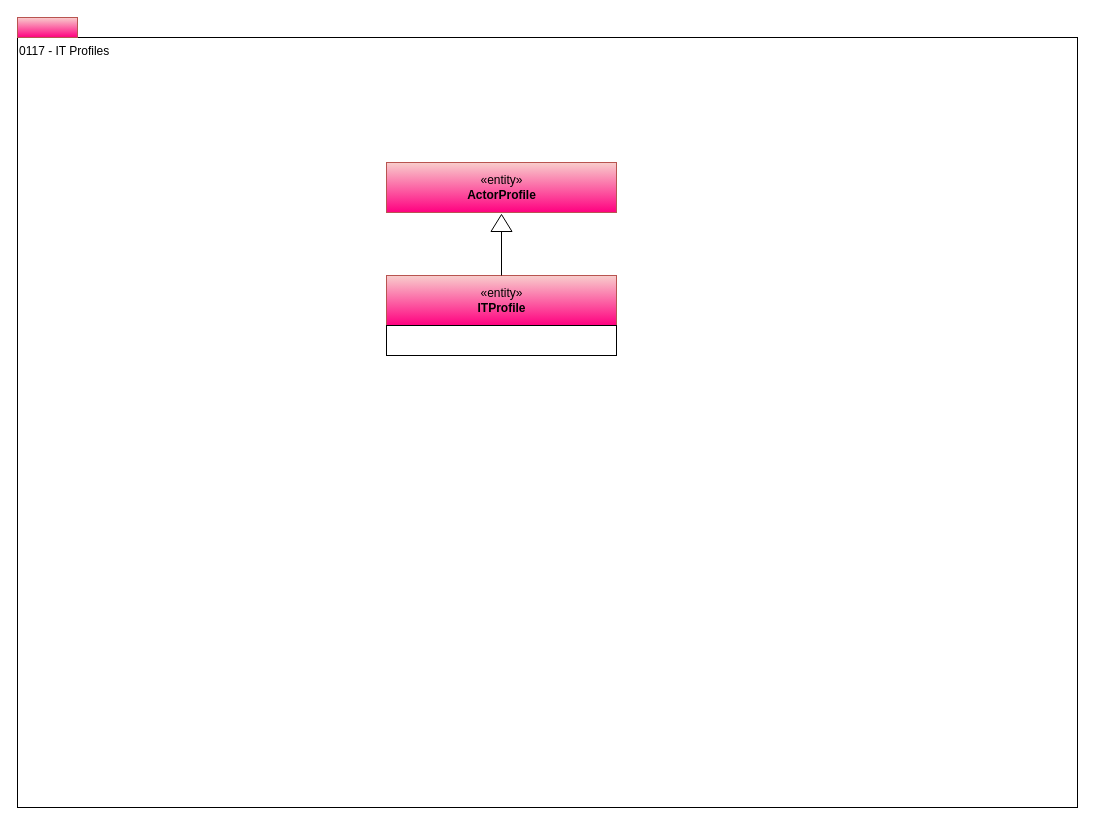
Earlier version of the draw.io diagram page "0117-IT-Profiles" (5 of 12) of site/docs/types/1/area-1-collaboration.drawio (odpi/egeria-docs). Source tidied: cells renumbered, new cells numbered last; positions are measured from the earlier drawing's top-left corner, leaving out a move shared by most shapes. Both pictures are drawn from the tidied source at 100%, with x=0, y=0 at pixel (17, 17).
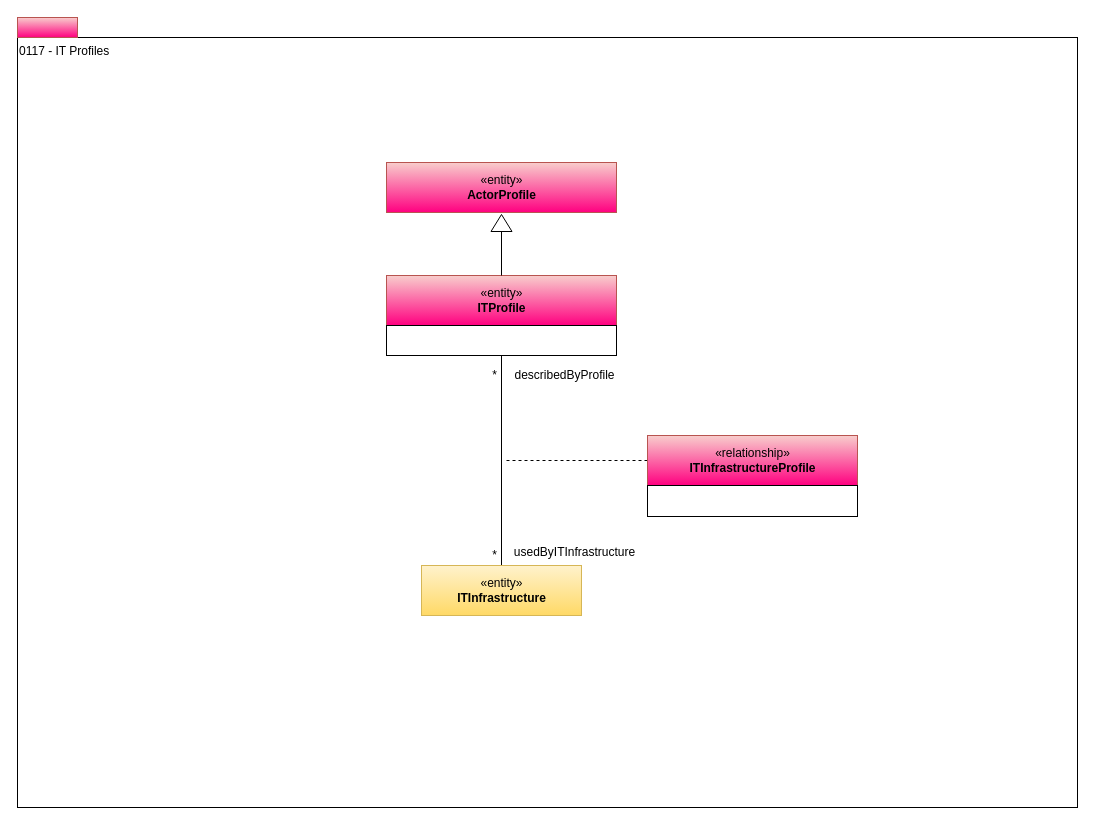
After the change.

The edit, as a diff of the source:
```diff
@@
 <mxGraphModel>
   <root>
     <mxCell id="0" />
     <mxCell id="1" parent="0" />
     <mxCell id="2" value="0117 - IT Profiles" style="rounded=0;whiteSpace=wrap;html=1;align=left;verticalAlign=top;" parent="1" vertex="1">
       <mxGeometry y="20" width="1060" height="770" as="geometry" />
     </mxCell>
     <mxCell id="3" value="«entity»&lt;br&gt;&lt;b&gt;ITProfile&lt;/b&gt;" style="html=1;strokeColor=#b85450;align=center;fillColor=#f8cecc;gradientColor=#FF0080;" parent="1" vertex="1">
       <mxGeometry x="369" y="258" width="230" height="50" as="geometry" />
     </mxCell>
     <mxCell id="4" style="html=1;strokeColor=#b85450;align=center;fillColor=#f8cecc;gradientColor=#FF0080;" parent="1" vertex="1">
       <mxGeometry width="60" height="20" as="geometry" />
     </mxCell>
     <mxCell id="5" style="rounded=0;whiteSpace=wrap;html=1;align=left;" parent="1" vertex="1">
       <mxGeometry x="369" y="308" width="230" height="30" as="geometry" />
     </mxCell>
     <mxCell id="6" style="edgeStyle=orthogonalEdgeStyle;rounded=0;html=1;exitX=0;exitY=0.5;entryX=0.5;entryY=0;jettySize=auto;endArrow=none;endFill=0;" parent="1" edge="1" source="7" target="3">
       <mxGeometry relative="1" as="geometry" />
     </mxCell>
     <mxCell id="7" style="triangle;whiteSpace=wrap;html=1;strokeColor=#000000;gradientColor=#ffffff;align=center;rotation=-90;" parent="1" vertex="1">
       <mxGeometry x="475.5" y="195" width="17" height="21" as="geometry" />
     </mxCell>
     <mxCell id="8" value="«entity»&lt;br&gt;&lt;b&gt;ActorProfile&lt;/b&gt;" style="html=1;strokeColor=#b85450;align=center;fillColor=#f8cecc;gradientColor=#FF0080;" parent="1" vertex="1">
       <mxGeometry x="369" y="145" width="230" height="50" as="geometry" />
     </mxCell>
+    <mxCell id="9" style="edgeStyle=orthogonalEdgeStyle;rounded=0;html=1;endArrow=none;endFill=0;jettySize=auto;entryX=0.5;entryY=0;entryDx=0;entryDy=0;" parent="1" edge="1" source="5" target="17">
+      <mxGeometry relative="1" as="geometry" />
+    </mxCell>
+    <mxCell id="10" value="*" style="text;html=1;align=center;verticalAlign=top;spacingTop=-4;" parent="1" vertex="1">
+      <mxGeometry x="467" y="348" width="20" height="20" as="geometry" />
+    </mxCell>
+    <mxCell id="11" value="*" style="text;html=1;align=center;verticalAlign=top;spacingTop=-4;" parent="1" vertex="1">
+      <mxGeometry x="467" y="528" width="20" height="20" as="geometry" />
+    </mxCell>
+    <mxCell id="12" value="describedByProfile" style="text;html=1;align=center;verticalAlign=top;spacingTop=-4;" parent="1" vertex="1">
+      <mxGeometry x="487" y="348" width="120" height="20" as="geometry" />
+    </mxCell>
+    <mxCell id="13" value="usedByITInfrastructure" style="text;html=1;align=center;verticalAlign=top;spacingTop=-4;" parent="1" vertex="1">
+      <mxGeometry x="487" y="525" width="140" height="20" as="geometry" />
+    </mxCell>
+    <mxCell id="14" style="edgeStyle=orthogonalEdgeStyle;rounded=0;html=1;exitX=0;exitY=0.5;endArrow=none;endFill=0;jettySize=auto;dashed=1;" parent="1" edge="1" source="15">
+      <mxGeometry relative="1" as="geometry">
+        <mxPoint x="487" y="443" as="targetPoint" />
+      </mxGeometry>
+    </mxCell>
+    <mxCell id="15" value="«relationship»&lt;br&gt;&lt;b&gt;ITInfrastructureProfile&lt;/b&gt;" style="html=1;strokeColor=#b85450;align=center;fillColor=#f8cecc;gradientColor=#FF0080;" parent="1" vertex="1">
+      <mxGeometry x="630" y="418" width="210" height="50" as="geometry" />
+    </mxCell>
+    <mxCell id="16" style="rounded=0;whiteSpace=wrap;html=1;strokeColor=#000000;gradientColor=#ffffff;align=left;" parent="1" vertex="1">
+      <mxGeometry x="630" y="468" width="210" height="31" as="geometry" />
+    </mxCell>
+    <mxCell id="17" value="«entity»&lt;br&gt;&lt;b&gt;ITInfrastructure&lt;/b&gt;" style="html=1;strokeColor=#d6b656;align=center;fillColor=#fff2cc;gradientColor=#ffd966;" parent="1" vertex="1">
+      <mxGeometry x="404" y="548" width="160" height="50" as="geometry" />
+    </mxCell>
   </root>
 </mxGraphModel>
```
